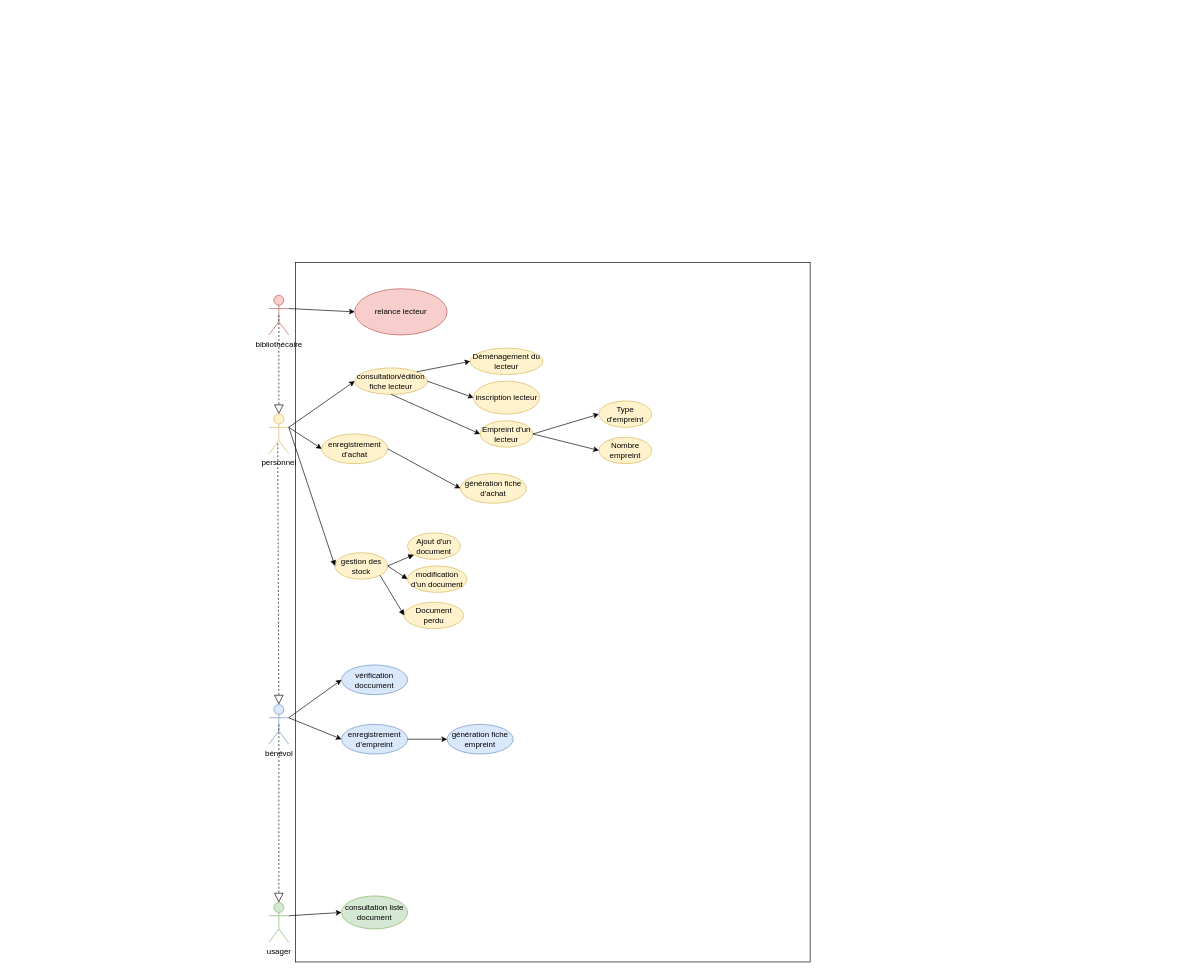
This is page "Cas d'utilisation" (1 of 4) of Eval UML/Diagramme.drawio from BourdonAlexis/Depot_Git_CDA, a draw.io file, before an edit. Source tidied: cells renumbered, new cells numbered last; positions are measured from the earlier drawing's top-left corner, leaving out a move shared by most shapes. Both pictures are drawn from the tidied source at 66%, with x=0, y=0 at pixel (269, 262).
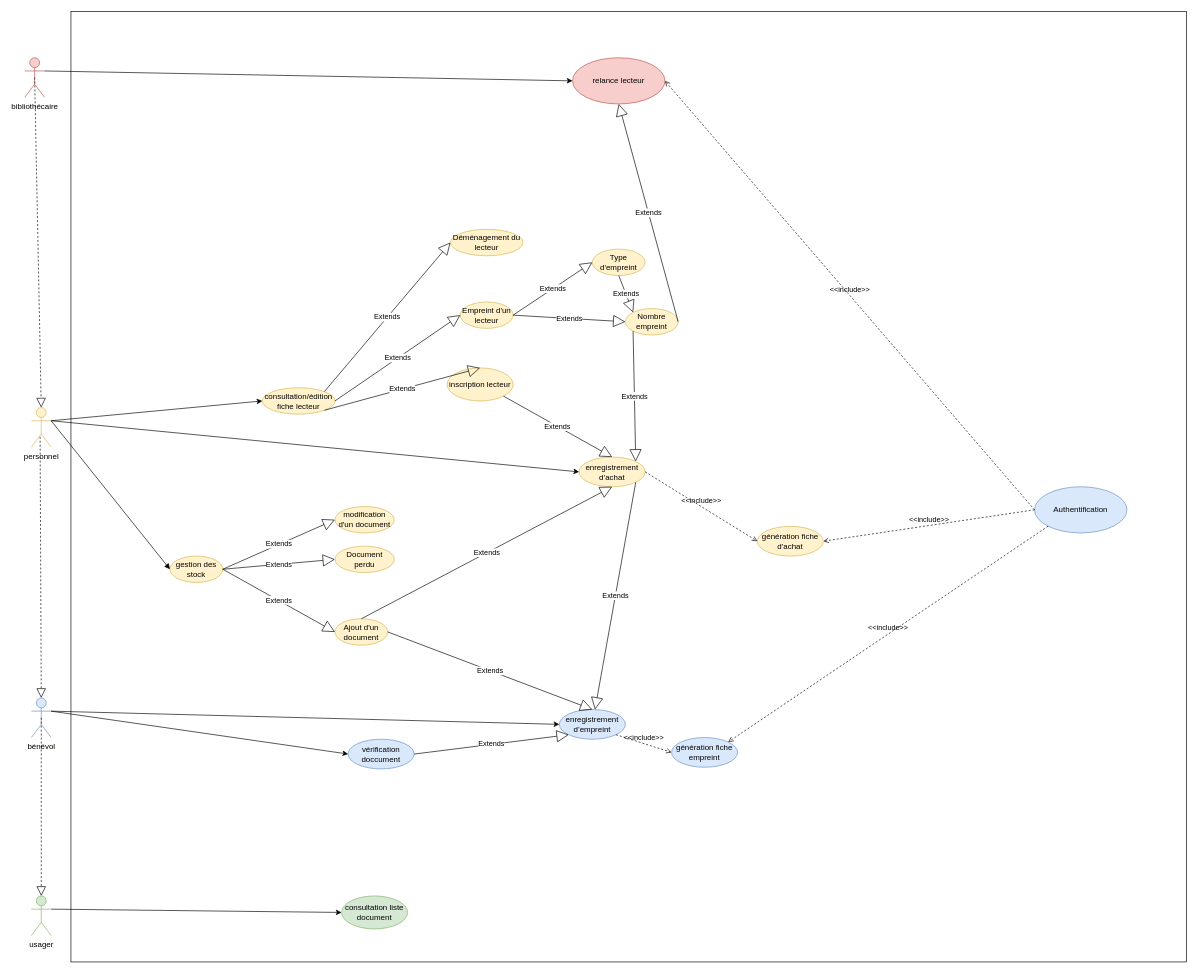
Above is the later version.

What changed in the source:
```diff
@@
     <mxCell id="2" style="rounded=0;whiteSpace=wrap;html=1;" parent="1" vertex="1">
-      <mxGeometry x="40" width="780" height="1060" as="geometry" />
+      <mxGeometry x="-300" y="-380" width="1690" height="1440" as="geometry" />
     </mxCell>
     <mxCell id="3" value="usager" style="shape=umlActor;verticalLabelPosition=bottom;verticalAlign=top;html=1;outlineConnect=0;fillColor=#d5e8d4;strokeColor=#82b366;" parent="1" vertex="1">
-      <mxGeometry y="970" width="30" height="60" as="geometry" />
+      <mxGeometry x="-360" y="960" width="30" height="60" as="geometry" />
     </mxCell>
     <mxCell id="4" value="bénévol" style="shape=umlActor;verticalLabelPosition=bottom;verticalAlign=top;html=1;outlineConnect=0;fillColor=#dae8fc;strokeColor=#6c8ebf;" parent="1" vertex="1">
-      <mxGeometry y="670" width="30" height="60" as="geometry" />
+      <mxGeometry x="-360" y="660" width="30" height="60" as="geometry" />
     </mxCell>
     <mxCell id="5" value="personnel" style="shape=umlActor;verticalLabelPosition=bottom;verticalAlign=top;html=1;outlineConnect=0;fillColor=#fff2cc;strokeColor=#d6b656;" parent="1" vertex="1">
-      <mxGeometry y="230" width="30" height="60" as="geometry" />
+      <mxGeometry x="-360" y="220" width="30" height="60" as="geometry" />
     </mxCell>
@@
     <mxCell id="8" value="vérification doccument" style="ellipse;whiteSpace=wrap;html=1;fillColor=#dae8fc;strokeColor=#6c8ebf;" parent="1" vertex="1">
-      <mxGeometry x="110" y="610" width="100" height="45" as="geometry" />
+      <mxGeometry x="120" y="722.5" width="100" height="45" as="geometry" />
     </mxCell>
     <mxCell id="9" value="enregistrement d’empreint" style="ellipse;whiteSpace=wrap;html=1;fillColor=#dae8fc;strokeColor=#6c8ebf;" parent="1" vertex="1">
-      <mxGeometry x="110" y="700" width="100" height="45" as="geometry" />
+      <mxGeometry x="440" y="677.5" width="100" height="45" as="geometry" />
     </mxCell>
     <mxCell id="10" value="génération fiche empreint" style="ellipse;whiteSpace=wrap;html=1;fillColor=#dae8fc;strokeColor=#6c8ebf;" parent="1" vertex="1">
-      <mxGeometry x="270" y="700" width="100" height="45" as="geometry" />
+      <mxGeometry x="610" y="720" width="100" height="45" as="geometry" />
     </mxCell>
     <mxCell id="11" value="inscription lecteur" style="ellipse;whiteSpace=wrap;html=1;fillColor=#fff2cc;strokeColor=#d6b656;" parent="1" vertex="1">
-      <mxGeometry x="310" y="180" width="100" height="50" as="geometry" />
+      <mxGeometry x="270" y="160" width="100" height="50" as="geometry" />
     </mxCell>
     <mxCell id="12" value="enregistrement d’achat" style="ellipse;whiteSpace=wrap;html=1;fillColor=#fff2cc;strokeColor=#d6b656;" parent="1" vertex="1">
-      <mxGeometry x="80" y="260" width="100" height="45" as="geometry" />
+      <mxGeometry x="470" y="295" width="100" height="45" as="geometry" />
     </mxCell>
     <mxCell id="13" value="génération fiche d'achat" style="ellipse;whiteSpace=wrap;html=1;fillColor=#fff2cc;strokeColor=#d6b656;" parent="1" vertex="1">
-      <mxGeometry x="290" y="320" width="100" height="45" as="geometry" />
+      <mxGeometry x="740" y="400" width="100" height="45" as="geometry" />
     </mxCell>
     <mxCell id="14" value="gestion des stock" style="ellipse;whiteSpace=wrap;html=1;fillColor=#fff2cc;strokeColor=#d6b656;" parent="1" vertex="1">
-      <mxGeometry x="100" y="440" width="80" height="40" as="geometry" />
+      <mxGeometry x="-150" y="445" width="80" height="40" as="geometry" />
     </mxCell>
@@
-    <mxCell id="17" style="endArrow=classic;html=1;entryX=0;entryY=0.5;entryDx=0;entryDy=0;exitX=1;exitY=0.5;exitDx=0;exitDy=0;" parent="1" edge="1" source="12" target="13">
-      <mxGeometry relative="1" as="geometry" />
-    </mxCell>
@@
     <mxCell id="19" style="endArrow=classic;html=1;entryX=0;entryY=0.5;entryDx=0;entryDy=0;" parent="1" edge="1" target="9">
       <mxGeometry relative="1" as="geometry">
-        <mxPoint x="30" y="690" as="sourcePoint" />
+        <mxPoint x="-330" y="680" as="sourcePoint" />
       </mxGeometry>
     </mxCell>
-    <mxCell id="20" style="endArrow=classic;html=1;exitX=1;exitY=0.5;exitDx=0;exitDy=0;entryX=0;entryY=0.5;entryDx=0;entryDy=0;" parent="1" edge="1" source="9" target="10">
-      <mxGeometry relative="1" as="geometry" />
-    </mxCell>
@@
     <mxCell id="22" value="bibliothécaire" style="shape=umlActor;verticalLabelPosition=bottom;verticalAlign=top;html=1;outlineConnect=0;fillColor=#f8cecc;strokeColor=#b85450;" parent="1" vertex="1">
-      <mxGeometry y="50" width="30" height="60" as="geometry" />
+      <mxGeometry x="-370" y="-310" width="30" height="60" as="geometry" />
     </mxCell>
@@
     <mxCell id="25" value="relance lecteur" style="ellipse;whiteSpace=wrap;html=1;fillColor=#f8cecc;strokeColor=#b85450;" parent="1" vertex="1">
-      <mxGeometry x="130" y="40" width="140" height="70" as="geometry" />
+      <mxGeometry x="460" y="-310" width="140" height="70" as="geometry" />
     </mxCell>
     <mxCell id="26" value="consultation/édition fiche lecteur" style="ellipse;whiteSpace=wrap;html=1;fillColor=#fff2cc;strokeColor=#d6b656;" parent="1" vertex="1">
-      <mxGeometry x="130" y="160" width="110" height="40" as="geometry" />
+      <mxGeometry x="-10" y="190" width="110" height="40" as="geometry" />
     </mxCell>
@@
     <mxCell id="29" value="Ajout d'un document" style="ellipse;whiteSpace=wrap;html=1;fillColor=#fff2cc;strokeColor=#d6b656;" parent="1" vertex="1">
-      <mxGeometry x="210" y="410" width="80" height="40" as="geometry" />
+      <mxGeometry x="100" y="540" width="80" height="40" as="geometry" />
     </mxCell>
-    <mxCell id="30" style="html=1;verticalAlign=bottom;endArrow=block;exitX=1;exitY=0.5;exitDx=0;exitDy=0;" parent="1" edge="1" source="14" target="29">
-      <mxGeometry x="0.09" y="-2" relative="1" as="geometry" />
-    </mxCell>
     <mxCell id="31" value="modification d'un document" style="ellipse;whiteSpace=wrap;html=1;fillColor=#fff2cc;strokeColor=#d6b656;" parent="1" vertex="1">
-      <mxGeometry x="210" y="460" width="90" height="40" as="geometry" />
+      <mxGeometry x="100" y="370" width="90" height="40" as="geometry" />
     </mxCell>
-    <mxCell id="32" style="html=1;verticalAlign=bottom;endArrow=block;exitX=1;exitY=0.5;exitDx=0;exitDy=0;entryX=0;entryY=0.5;entryDx=0;entryDy=0;" parent="1" edge="1" source="14" target="31">
-      <mxGeometry x="0.09" y="-2" relative="1" as="geometry" />
-    </mxCell>
     <mxCell id="33" value="Déménagement du lecteur" style="ellipse;whiteSpace=wrap;html=1;fillColor=#fff2cc;strokeColor=#d6b656;" parent="1" vertex="1">
-      <mxGeometry x="305" y="130" width="110" height="40" as="geometry" />
+      <mxGeometry x="275" y="-50" width="110" height="40" as="geometry" />
     </mxCell>
-    <mxCell id="34" style="endArrow=classic;html=1;entryX=0;entryY=0.5;entryDx=0;entryDy=0;exitX=1;exitY=0.5;exitDx=0;exitDy=0;" parent="1" edge="1" source="26" target="11">
-      <mxGeometry relative="1" as="geometry" />
-    </mxCell>
-    <mxCell id="35" style="endArrow=classic;html=1;entryX=0;entryY=0.5;entryDx=0;entryDy=0;exitX=1;exitY=0;exitDx=0;exitDy=0;" parent="1" edge="1" source="26" target="33">
-      <mxGeometry relative="1" as="geometry" />
-    </mxCell>
     <mxCell id="36" value="Empreint d'un lecteur" style="ellipse;whiteSpace=wrap;html=1;fillColor=#fff2cc;strokeColor=#d6b656;" parent="1" vertex="1">
-      <mxGeometry x="320" y="240" width="80" height="40" as="geometry" />
+      <mxGeometry x="290" y="60" width="80" height="40" as="geometry" />
     </mxCell>
     <mxCell id="37" value="Type d'empreint" style="ellipse;whiteSpace=wrap;html=1;fillColor=#fff2cc;strokeColor=#d6b656;" parent="1" vertex="1">
-      <mxGeometry x="500" y="210" width="80" height="40" as="geometry" />
+      <mxGeometry x="490" y="-20" width="80" height="40" as="geometry" />
     </mxCell>
     <mxCell id="38" value="Nombre empreint" style="ellipse;whiteSpace=wrap;html=1;fillColor=#fff2cc;strokeColor=#d6b656;" parent="1" vertex="1">
-      <mxGeometry x="500" y="265" width="80" height="40" as="geometry" />
+      <mxGeometry x="540" y="70" width="80" height="40" as="geometry" />
     </mxCell>
+    <mxCell id="42" value="Document perdu" style="ellipse;whiteSpace=wrap;html=1;fillColor=#fff2cc;strokeColor=#d6b656;" parent="1" vertex="1">
+      <mxGeometry x="100" y="430" width="90" height="40" as="geometry" />
+    </mxCell>
+    <mxCell id="44" value="Extends" style="endArrow=block;endSize=16;endFill=0;html=1;exitX=0.5;exitY=0;exitDx=0;exitDy=0;entryX=0.5;entryY=1;entryDx=0;entryDy=0;" parent="1" edge="1" source="29" target="12">
+      <mxGeometry relative="1" as="geometry" />
+    </mxCell>
+    <mxCell id="45" value="Extends" style="endArrow=block;endSize=16;endFill=0;html=1;exitX=1;exitY=0.5;exitDx=0;exitDy=0;entryX=0.5;entryY=0;entryDx=0;entryDy=0;" parent="1" edge="1" source="29" target="9">
+      <mxGeometry relative="1" as="geometry" />
+    </mxCell>
+    <mxCell id="46" value="Extends" style="endArrow=block;endSize=16;endFill=0;html=1;exitX=0;exitY=1;exitDx=0;exitDy=0;entryX=1;entryY=0;entryDx=0;entryDy=0;" parent="1" edge="1" source="38" target="12">
+      <mxGeometry relative="1" as="geometry" />
+    </mxCell>
+    <mxCell id="47" value="Extends" style="endArrow=block;endSize=16;endFill=0;html=1;exitX=1;exitY=1;exitDx=0;exitDy=0;entryX=0.5;entryY=0;entryDx=0;entryDy=0;" parent="1" edge="1" source="11" target="12">
+      <mxGeometry relative="1" as="geometry" />
+    </mxCell>
+    <mxCell id="48" value="Extends" style="endArrow=block;endSize=16;endFill=0;html=1;exitX=0.5;exitY=1;exitDx=0;exitDy=0;entryX=0;entryY=0;entryDx=0;entryDy=0;" parent="1" edge="1" source="37" target="38">
+      <mxGeometry relative="1" as="geometry" />
+    </mxCell>
+    <mxCell id="17" value="&amp;lt;&amp;lt;include&amp;gt;&amp;gt;" style="html=1;verticalAlign=bottom;labelBackgroundColor=none;endArrow=open;endFill=0;dashed=1;exitX=1;exitY=0.5;exitDx=0;exitDy=0;entryX=0;entryY=0.5;entryDx=0;entryDy=0;" parent="1" edge="1" source="12" target="13">
+      <mxGeometry relative="1" as="geometry" />
+    </mxCell>
+    <mxCell id="20" value="&amp;lt;&amp;lt;include&amp;gt;&amp;gt;" style="html=1;verticalAlign=bottom;labelBackgroundColor=none;endArrow=open;endFill=0;dashed=1;exitX=1;exitY=1;exitDx=0;exitDy=0;entryX=0;entryY=0.5;entryDx=0;entryDy=0;" parent="1" edge="1" source="9" target="10">
+      <mxGeometry relative="1" as="geometry" />
+    </mxCell>
+    <mxCell id="30" value="Extends" style="endArrow=block;endSize=16;endFill=0;html=1;exitX=1;exitY=0.5;exitDx=0;exitDy=0;entryX=0;entryY=0.5;entryDx=0;entryDy=0;" parent="1" edge="1" source="14" target="29">
+      <mxGeometry relative="1" as="geometry" />
+    </mxCell>
+    <mxCell id="32" value="Extends" style="endArrow=block;endSize=16;endFill=0;html=1;exitX=1;exitY=0.5;exitDx=0;exitDy=0;entryX=0;entryY=0.5;entryDx=0;entryDy=0;" parent="1" edge="1" source="14" target="31">
+      <mxGeometry relative="1" as="geometry" />
+    </mxCell>
+    <mxCell id="43" value="Extends" style="endArrow=block;endSize=16;endFill=0;html=1;exitX=1;exitY=0.5;exitDx=0;exitDy=0;entryX=0;entryY=0.5;entryDx=0;entryDy=0;" parent="1" edge="1" source="14" target="42">
+      <mxGeometry relative="1" as="geometry" />
+    </mxCell>
+    <mxCell id="34" value="Extends" style="endArrow=block;endSize=16;endFill=0;html=1;exitX=1;exitY=1;exitDx=0;exitDy=0;entryX=0.5;entryY=0;entryDx=0;entryDy=0;" parent="1" edge="1" source="26" target="11">
+      <mxGeometry relative="1" as="geometry" />
+    </mxCell>
+    <mxCell id="35" value="Extends" style="endArrow=block;endSize=16;endFill=0;html=1;exitX=1;exitY=0;exitDx=0;exitDy=0;entryX=0;entryY=0.5;entryDx=0;entryDy=0;" parent="1" edge="1" source="26" target="33">
+      <mxGeometry relative="1" as="geometry" />
+    </mxCell>
-    <mxCell id="39" style="endArrow=classic;html=1;entryX=0;entryY=0.5;entryDx=0;entryDy=0;exitX=0.5;exitY=1;exitDx=0;exitDy=0;" parent="1" edge="1" source="26" target="36">
+    <mxCell id="39" value="Extends" style="endArrow=block;endSize=16;endFill=0;html=1;exitX=1;exitY=0.5;exitDx=0;exitDy=0;entryX=0;entryY=0.5;entryDx=0;entryDy=0;" parent="1" edge="1" source="26" target="36">
       <mxGeometry relative="1" as="geometry" />
     </mxCell>
-    <mxCell id="40" style="endArrow=classic;html=1;entryX=0;entryY=0.5;entryDx=0;entryDy=0;exitX=1;exitY=0.5;exitDx=0;exitDy=0;" parent="1" edge="1" source="36" target="37">
+    <mxCell id="40" value="Extends" style="endArrow=block;endSize=16;endFill=0;html=1;exitX=1;exitY=0.5;exitDx=0;exitDy=0;entryX=0;entryY=0.5;entryDx=0;entryDy=0;" parent="1" edge="1" source="36" target="37">
       <mxGeometry relative="1" as="geometry" />
     </mxCell>
-    <mxCell id="41" style="endArrow=classic;html=1;entryX=0;entryY=0.5;entryDx=0;entryDy=0;" parent="1" edge="1" target="38">
-      <mxGeometry relative="1" as="geometry">
-        <mxPoint x="400" y="260" as="sourcePoint" />
-      </mxGeometry>
-    </mxCell>
-    <mxCell id="42" value="Document perdu" style="ellipse;whiteSpace=wrap;html=1;fillColor=#fff2cc;strokeColor=#d6b656;" parent="1" vertex="1">
-      <mxGeometry x="205" y="515" width="90" height="40" as="geometry" />
-    </mxCell>
-    <mxCell id="43" style="html=1;verticalAlign=bottom;endArrow=block;exitX=1;exitY=1;exitDx=0;exitDy=0;entryX=0;entryY=0.5;entryDx=0;entryDy=0;" parent="1" edge="1" source="14" target="42">
-      <mxGeometry x="0.09" y="-2" relative="1" as="geometry" />
-    </mxCell>
+    <mxCell id="49" value="Extends" style="endArrow=block;endSize=16;endFill=0;html=1;exitX=1;exitY=0.5;exitDx=0;exitDy=0;entryX=0;entryY=0.5;entryDx=0;entryDy=0;" parent="1" edge="1" source="36" target="38">
+      <mxGeometry relative="1" as="geometry" />
+    </mxCell>
+    <mxCell id="50" value="Extends" style="endArrow=block;endSize=16;endFill=0;html=1;exitX=1;exitY=0.5;exitDx=0;exitDy=0;entryX=0;entryY=1;entryDx=0;entryDy=0;" parent="1" edge="1" source="8" target="9">
+      <mxGeometry relative="1" as="geometry" />
+    </mxCell>
+    <mxCell id="51" value="Extends" style="endArrow=block;endSize=16;endFill=0;html=1;entryX=0.5;entryY=1;entryDx=0;entryDy=0;exitX=1;exitY=0.5;exitDx=0;exitDy=0;" parent="1" edge="1" source="38" target="25">
+      <mxGeometry relative="1" as="geometry" />
+    </mxCell>
+    <mxCell id="52" value="Authentification" style="ellipse;whiteSpace=wrap;html=1;fillColor=#dae8fc;strokeColor=#6c8ebf;" parent="1" vertex="1">
+      <mxGeometry x="1160" y="340" width="140" height="70" as="geometry" />
+    </mxCell>
+    <mxCell id="53" value="&amp;lt;&amp;lt;include&amp;gt;&amp;gt;" style="html=1;verticalAlign=bottom;labelBackgroundColor=none;endArrow=open;endFill=0;dashed=1;exitX=0;exitY=0.5;exitDx=0;exitDy=0;entryX=1;entryY=0.5;entryDx=0;entryDy=0;" parent="1" edge="1" source="52" target="25">
+      <mxGeometry relative="1" as="geometry" />
+    </mxCell>
+    <mxCell id="54" value="&amp;lt;&amp;lt;include&amp;gt;&amp;gt;" style="html=1;verticalAlign=bottom;labelBackgroundColor=none;endArrow=open;endFill=0;dashed=1;exitX=0;exitY=1;exitDx=0;exitDy=0;entryX=1;entryY=0;entryDx=0;entryDy=0;" parent="1" edge="1" source="52" target="10">
+      <mxGeometry relative="1" as="geometry" />
+    </mxCell>
+    <mxCell id="55" value="&amp;lt;&amp;lt;include&amp;gt;&amp;gt;" style="html=1;verticalAlign=bottom;labelBackgroundColor=none;endArrow=open;endFill=0;dashed=1;exitX=0;exitY=0.5;exitDx=0;exitDy=0;entryX=1;entryY=0.5;entryDx=0;entryDy=0;" parent="1" edge="1" source="52" target="13">
+      <mxGeometry relative="1" as="geometry" />
+    </mxCell>
+    <mxCell id="56" value="Extends" style="endArrow=block;endSize=16;endFill=0;html=1;exitX=1;exitY=1;exitDx=0;exitDy=0;" parent="1" edge="1" source="12" target="9">
+      <mxGeometry relative="1" as="geometry" />
+    </mxCell>
```
